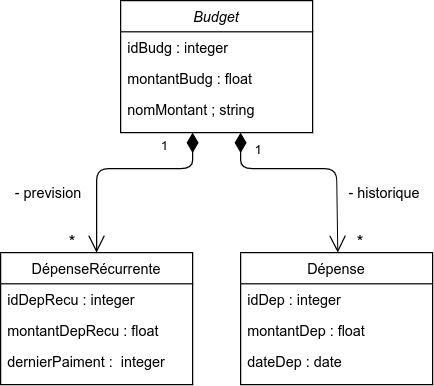
NikolasBdn/BudgProject keeps this draw.io diagram as documentation/diagram-bdd.png. Above is the earlier version. Source tidied: cells renumbered, new cells last; positions are measured from the earlier drawing's top-left corner, leaving out a move shared by most shapes.
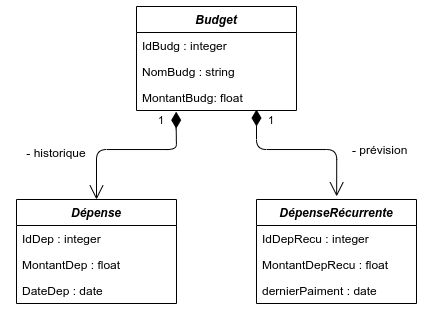
Later version of the same file.

Change to the diagram source:
```diff
@@ -2,72 +2,65 @@
   <root>
     <mxCell id="0" />
     <mxCell id="1" parent="0" />
-    <mxCell id="2" value="Budget" style="swimlane;fontStyle=2;align=center;verticalAlign=top;horizontal=1;startSize=26;rounded=0;shadow=0;strokeWidth=1;" parent="1" vertex="1">
-      <mxGeometry x="100" width="160" height="110" as="geometry" />
+    <mxCell id="2" value="Budget" style="swimlane;fontStyle=3;align=center;verticalAlign=top;horizontal=1;startSize=26;rounded=0;shadow=0;strokeWidth=1;" parent="1" vertex="1">
+      <mxGeometry x="80" y="17" width="160" height="104" as="geometry" />
     </mxCell>
-    <mxCell id="3" value="idBudg : integer" style="text;align=left;verticalAlign=top;spacingLeft=4;spacingRight=4;overflow=hidden;" parent="2" vertex="1">
+    <mxCell id="3" value="IdBudg : integer" style="text;align=left;verticalAlign=top;spacingLeft=4;spacingRight=4;overflow=hidden;" parent="2" vertex="1">
       <mxGeometry y="26" width="160" height="26" as="geometry" />
     </mxCell>
-    <mxCell id="4" value="montantBudg : float" style="text;align=left;verticalAlign=top;spacingLeft=4;spacingRight=4;overflow=hidden;rounded=0;shadow=0;html=0;" parent="2" vertex="1">
+    <mxCell id="4" value="NomBudg : string" style="text;align=left;verticalAlign=top;spacingLeft=4;spacingRight=4;overflow=hidden;rounded=0;shadow=0;html=0;" parent="2" vertex="1">
       <mxGeometry y="52" width="160" height="26" as="geometry" />
     </mxCell>
-    <mxCell id="5" value="nomMontant ; string" style="text;align=left;verticalAlign=top;spacingLeft=4;spacingRight=4;overflow=hidden;rounded=0;shadow=0;html=0;" parent="2" vertex="1">
-      <mxGeometry y="78" width="160" height="26" as="geometry" />
-    </mxCell>
-    <mxCell id="6" value="1" style="endArrow=open;html=1;endSize=12;startArrow=diamondThin;startSize=14;startFill=1;edgeStyle=orthogonalEdgeStyle;align=left;verticalAlign=bottom;entryX=0.5;entryY=0;entryDx=0;entryDy=0;" parent="1" edge="1" target="10">
-      <mxGeometry x="-0.35" y="-10" relative="1" as="geometry">
-        <mxPoint x="160" y="110" as="sourcePoint" />
-        <Array as="points">
-          <mxPoint x="160" y="140" />
-          <mxPoint x="80" y="140" />
-        </Array>
-      </mxGeometry>
-    </mxCell>
-    <mxCell id="7" value="1" style="endArrow=open;html=1;endSize=12;startArrow=diamondThin;startSize=14;startFill=1;edgeStyle=orthogonalEdgeStyle;align=left;verticalAlign=bottom;" parent="1" edge="1">
-      <mxGeometry x="-0.74" y="10" relative="1" as="geometry">
-        <mxPoint x="200" y="110" as="sourcePoint" />
-        <mxPoint x="281" y="210" as="targetPoint" />
-        <Array as="points">
-          <mxPoint x="200" y="140" />
-          <mxPoint x="280" y="140" />
-        </Array>
-      </mxGeometry>
-    </mxCell>
-    <mxCell id="8" value="&lt;font style=&quot;font-size: 14px&quot;&gt;*&lt;/font&gt;" style="text;html=1;strokeColor=none;fillColor=none;align=center;verticalAlign=middle;whiteSpace=wrap;rounded=0;" parent="1" vertex="1">
-      <mxGeometry x="280" y="190" width="40" height="20" as="geometry" />
-    </mxCell>
-    <mxCell id="9" value="&lt;font style=&quot;font-size: 14px&quot;&gt;*&lt;/font&gt;" style="text;html=1;strokeColor=none;fillColor=none;align=center;verticalAlign=middle;whiteSpace=wrap;rounded=0;" parent="1" vertex="1">
-      <mxGeometry x="40" y="190" width="40" height="20" as="geometry" />
-    </mxCell>
+    <mxCell id="20" value="MontantBudg: float" style="text;align=left;verticalAlign=top;spacingLeft=4;spacingRight=4;overflow=hidden;points=[[0,0.5],[1,0.5]];portConstraint=eastwest;" parent="2" vertex="1">
+      <mxGeometry y="78" width="160" height="26" as="geometry" />
+    </mxCell>
+    <mxCell id="21" value="1" style="endArrow=open;html=1;endSize=12;startArrow=diamondThin;startSize=14;startFill=1;edgeStyle=orthogonalEdgeStyle;align=left;verticalAlign=bottom;entryX=0.501;entryY=-0.03;entryDx=0;entryDy=0;entryPerimeter=0;" parent="1" edge="1" target="10">
+      <mxGeometry x="-0.76" y="10" relative="1" as="geometry">
+        <mxPoint x="200" y="120" as="sourcePoint" />
+        <Array as="points">
+          <mxPoint x="200" y="160" />
+          <mxPoint x="280" y="160" />
+        </Array>
+      </mxGeometry>
+    </mxCell>
-    <mxCell id="10" value="DépenseRécurrente" style="swimlane;fontStyle=0;align=center;verticalAlign=top;horizontal=1;startSize=26;rounded=0;shadow=0;strokeWidth=1;" parent="1" vertex="1">
-      <mxGeometry y="210" width="160" height="110" as="geometry" />
+    <mxCell id="10" value="DépenseRécurrente" style="swimlane;fontStyle=3;align=center;verticalAlign=top;horizontal=1;startSize=26;rounded=0;shadow=0;strokeWidth=1;" parent="1" vertex="1">
+      <mxGeometry x="200" y="210" width="160" height="104" as="geometry" />
     </mxCell>
-    <mxCell id="11" value="idDepRecu : integer" style="text;align=left;verticalAlign=top;spacingLeft=4;spacingRight=4;overflow=hidden;" parent="10" vertex="1">
-      <mxGeometry y="26" width="160" height="26" as="geometry" />
-    </mxCell>
-    <mxCell id="12" value="montantDepRecu : float" style="text;align=left;verticalAlign=top;spacingLeft=4;spacingRight=4;overflow=hidden;rounded=0;shadow=0;html=0;" parent="10" vertex="1">
-      <mxGeometry y="52" width="160" height="26" as="geometry" />
-    </mxCell>
-    <mxCell id="13" value="dernierPaiment :  integer" style="text;align=left;verticalAlign=top;spacingLeft=4;spacingRight=4;overflow=hidden;rounded=0;shadow=0;html=0;" parent="10" vertex="1">
-      <mxGeometry y="78" width="160" height="26" as="geometry" />
-    </mxCell>
+    <mxCell id="22" value="IdDepRecu : integer" style="text;align=left;verticalAlign=top;spacingLeft=4;spacingRight=4;overflow=hidden;" parent="10" vertex="1">
+      <mxGeometry y="26" width="160" height="26" as="geometry" />
+    </mxCell>
+    <mxCell id="23" value="MontantDepRecu : float" style="text;align=left;verticalAlign=top;spacingLeft=4;spacingRight=4;overflow=hidden;" parent="10" vertex="1">
+      <mxGeometry y="52" width="160" height="26" as="geometry" />
+    </mxCell>
+    <mxCell id="24" value="dernierPaiment : date" style="text;align=left;verticalAlign=top;spacingLeft=4;spacingRight=4;overflow=hidden;" parent="10" vertex="1">
+      <mxGeometry y="78" width="160" height="26" as="geometry" />
+    </mxCell>
+    <mxCell id="25" value="1" style="endArrow=open;html=1;endSize=12;startArrow=diamondThin;startSize=14;startFill=1;edgeStyle=orthogonalEdgeStyle;align=left;verticalAlign=bottom;entryX=0.5;entryY=0;entryDx=0;entryDy=0;exitX=0.248;exitY=1.044;exitDx=0;exitDy=0;exitPerimeter=0;" parent="1" edge="1" source="20" target="14">
+      <mxGeometry x="-0.79" y="-20" relative="1" as="geometry">
+        <Array as="points">
+          <mxPoint x="120" y="140" />
+          <mxPoint x="120" y="160" />
+          <mxPoint x="40" y="160" />
+        </Array>
+      </mxGeometry>
+    </mxCell>
-    <mxCell id="14" value="Dépense" style="swimlane;fontStyle=0;align=center;verticalAlign=top;horizontal=1;startSize=26;rounded=0;shadow=0;strokeWidth=1;" parent="1" vertex="1">
-      <mxGeometry x="200" y="210" width="160" height="110" as="geometry" />
+    <mxCell id="14" value="Dépense" style="swimlane;fontStyle=3;align=center;verticalAlign=top;horizontal=1;startSize=26;rounded=0;shadow=0;strokeWidth=1;" parent="1" vertex="1">
+      <mxGeometry x="-40" y="210" width="160" height="104" as="geometry" />
     </mxCell>
-    <mxCell id="15" value="idDep : integer" style="text;align=left;verticalAlign=top;spacingLeft=4;spacingRight=4;overflow=hidden;" parent="14" vertex="1">
-      <mxGeometry y="26" width="160" height="26" as="geometry" />
-    </mxCell>
-    <mxCell id="16" value="montantDep : float" style="text;align=left;verticalAlign=top;spacingLeft=4;spacingRight=4;overflow=hidden;" parent="14" vertex="1">
-      <mxGeometry y="52" width="160" height="26" as="geometry" />
-    </mxCell>
-    <mxCell id="17" value="dateDep : date" style="text;align=left;verticalAlign=top;spacingLeft=4;spacingRight=4;overflow=hidden;" parent="14" vertex="1">
-      <mxGeometry y="78" width="160" height="26" as="geometry" />
-    </mxCell>
+    <mxCell id="26" value="IdDep : integer" style="text;align=left;verticalAlign=top;spacingLeft=4;spacingRight=4;overflow=hidden;" parent="14" vertex="1">
+      <mxGeometry y="26" width="160" height="26" as="geometry" />
+    </mxCell>
+    <mxCell id="27" value="MontantDep : float" style="text;align=left;verticalAlign=top;spacingLeft=4;spacingRight=4;overflow=hidden;" parent="14" vertex="1">
+      <mxGeometry y="52" width="160" height="26" as="geometry" />
+    </mxCell>
+    <mxCell id="28" value="DateDep : date" style="text;align=left;verticalAlign=top;spacingLeft=4;spacingRight=4;overflow=hidden;" parent="14" vertex="1">
+      <mxGeometry y="78" width="160" height="26" as="geometry" />
+    </mxCell>
-    <mxCell id="18" value="- historique&lt;br&gt;" style="text;html=1;strokeColor=none;fillColor=none;align=center;verticalAlign=middle;whiteSpace=wrap;rounded=0;" parent="1" vertex="1">
-      <mxGeometry x="280" y="150" width="80" height="20" as="geometry" />
+    <mxCell id="18" value="- historique" style="text;html=1;strokeColor=none;fillColor=none;align=center;verticalAlign=middle;whiteSpace=wrap;rounded=0;" parent="1" vertex="1">
+      <mxGeometry x="-50" y="148" width="100" height="30" as="geometry" />
     </mxCell>
-    <mxCell id="19" value="- prevision" style="text;html=1;strokeColor=none;fillColor=none;align=center;verticalAlign=middle;whiteSpace=wrap;rounded=0;" parent="1" vertex="1">
-      <mxGeometry y="150" width="80" height="20" as="geometry" />
-    </mxCell>
+    <mxCell id="29" value="&lt;font face=&quot;helvetica&quot;&gt;- prévision&lt;/font&gt;" style="text;whiteSpace=wrap;html=1;" parent="1" vertex="1">
+      <mxGeometry x="294" y="147" width="80" height="31" as="geometry" />
+    </mxCell>
   </root>
 </mxGraphModel>
```
